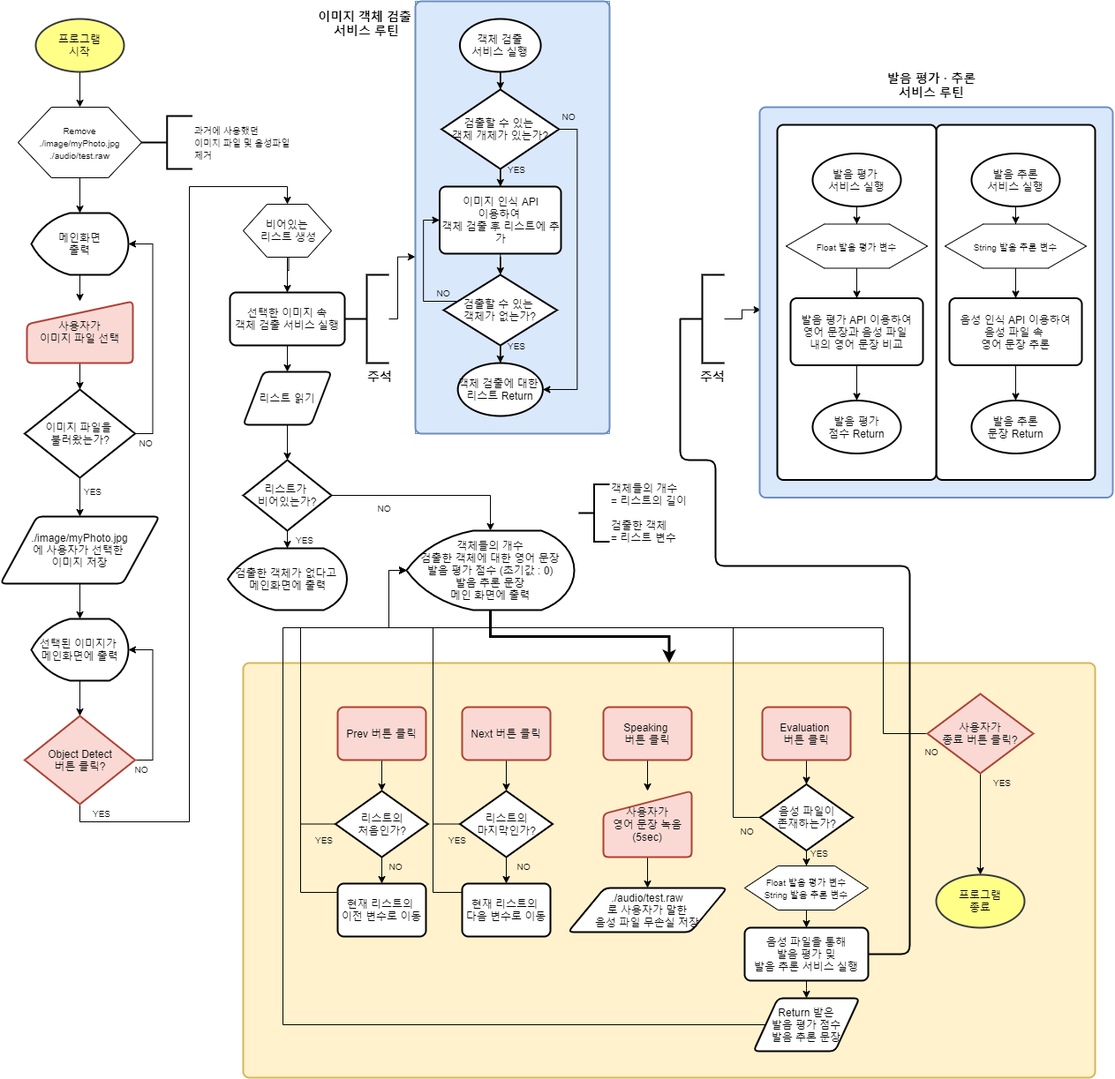
The draw.io diagram Chart/ETRI_FlowChart.png in jee00609/LearningEnglishWordsWithImages, before a commit. Source tidied: cells renumbered, new cells last; positions are measured from the earlier drawing's top-left corner, leaving out a move shared by most shapes.
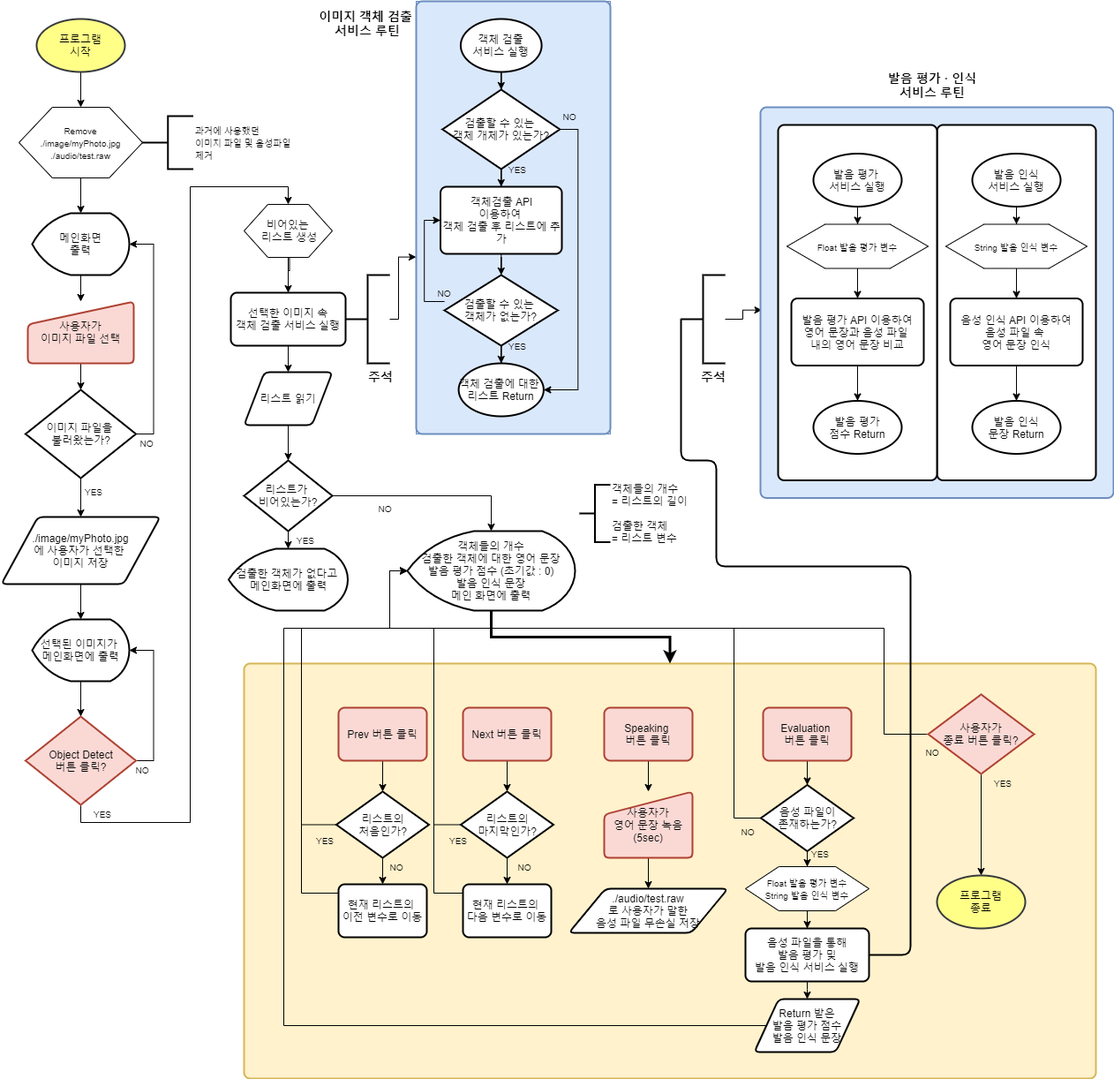
The same file after the commit.

Change to the diagram source:
```diff
@@ -106,7 +106,7 @@
     <mxCell id="31" style="rounded=1;whiteSpace=wrap;html=1;absoluteArcSize=1;arcSize=14;strokeWidth=2;fillColor=#dae8fc;strokeColor=#6c8ebf;" parent="30" vertex="1">
       <mxGeometry width="220" height="490" as="geometry" />
     </mxCell>
-    <mxCell id="32" value="이미지 인식 API&lt;br&gt;이용하여 &lt;br&gt;객체 검출 후 리스트에 추가" style="rounded=1;whiteSpace=wrap;html=1;absoluteArcSize=1;arcSize=14;strokeWidth=2;" parent="30" vertex="1">
+    <mxCell id="32" value="객체검출 API&lt;br&gt;이용하여 &lt;br&gt;객체 검출 후 리스트에 추가" style="rounded=1;whiteSpace=wrap;html=1;absoluteArcSize=1;arcSize=14;strokeWidth=2;" parent="30" vertex="1">
       <mxGeometry x="27.5" y="210" width="137.5" height="76" as="geometry" />
     </mxCell>
     <mxCell id="33" style="edgeStyle=orthogonalEdgeStyle;rounded=0;jettySize=auto;html=1;" parent="30" edge="1" source="34" target="32">
@@ -198,7 +198,7 @@
     <mxCell id="58" style="edgeStyle=orthogonalEdgeStyle;rounded=0;jettySize=auto;html=1;strokeWidth=3;" parent="1" edge="1" source="59" target="2">
       <mxGeometry relative="1" as="geometry" />
     </mxCell>
-    <mxCell id="59" value="객체들의 개수&lt;br&gt;검출한 객체에 대한 영어 문장&lt;br&gt;발음 평가 점수 (초기값 : 0)&lt;br&gt;발음 추론 문장&lt;br&gt;메인 화면에 출력" style="strokeWidth=2;html=1;shape=mxgraph.flowchart.display;whiteSpace=wrap;" parent="1" vertex="1">
+    <mxCell id="59" value="객체들의 개수&lt;br&gt;검출한 객체에 대한 영어 문장&lt;br&gt;발음 평가 점수 (초기값 : 0)&lt;br&gt;발음 인식 문장&lt;br&gt;메인 화면에 출력" style="strokeWidth=2;html=1;shape=mxgraph.flowchart.display;whiteSpace=wrap;" parent="1" vertex="1">
       <mxGeometry x="460" y="600" width="190" height="90" as="geometry" />
     </mxCell>
     <mxCell id="60" style="edgeStyle=orthogonalEdgeStyle;rounded=0;jettySize=auto;html=1;" parent="1" edge="1" source="61" target="70">
@@ -338,7 +338,7 @@
         </Array>
       </mxGeometry>
     </mxCell>
-    <mxCell id="91" value="Return 받은&lt;br&gt;발음 평가 점수&lt;br&gt;발음 추론 문장&lt;br&gt;" style="shape=parallelogram;html=1;strokeWidth=2;perimeter=parallelogramPerimeter;whiteSpace=wrap;rounded=1;arcSize=12;size=0.23;" parent="1" vertex="1">
+    <mxCell id="91" value="Return 받은&lt;br&gt;발음 평가 점수&lt;br&gt;발음 인식 문장" style="shape=parallelogram;html=1;strokeWidth=2;perimeter=parallelogramPerimeter;whiteSpace=wrap;rounded=1;arcSize=12;size=0.23;" parent="1" vertex="1">
       <mxGeometry x="853" y="1130" width="120" height="60" as="geometry" />
     </mxCell>
     <mxCell id="92" style="edgeStyle=orthogonalEdgeStyle;rounded=0;jettySize=auto;html=1;entryX=0.5;entryY=0;entryDx=0;entryDy=0;strokeColor=#000000;" parent="1" edge="1" source="93" target="91">
@@ -349,7 +349,7 @@
         </Array>
       </mxGeometry>
     </mxCell>
-    <mxCell id="93" value="음성 파일을 통해&lt;br&gt;발음 평가 및&lt;br&gt;발음 추론 서비스 실행" style="rounded=1;whiteSpace=wrap;html=1;absoluteArcSize=1;arcSize=14;strokeWidth=2;" parent="1" vertex="1">
+    <mxCell id="93" value="음성 파일을 통해&lt;br&gt;발음 평가 및&lt;br&gt;발음 인식 서비스 실행" style="rounded=1;whiteSpace=wrap;html=1;absoluteArcSize=1;arcSize=14;strokeWidth=2;" parent="1" vertex="1">
       <mxGeometry x="843" y="1050" width="140" height="60" as="geometry" />
     </mxCell>
     <mxCell id="94" style="group;" parent="1" vertex="1">
@@ -358,7 +358,7 @@
     <mxCell id="95" style="verticalLabelPosition=bottom;verticalAlign=top;html=1;shape=hexagon;perimeter=hexagonPerimeter2;arcSize=6;size=0.27;" parent="94" vertex="1">
       <mxGeometry width="140" height="50" as="geometry" />
     </mxCell>
-    <mxCell id="96" value="&lt;font size=&quot;1&quot;&gt;Float 발음 평가 변수&lt;br&gt;String 발음 추론 변수&lt;br&gt;&lt;/font&gt;" style="text;html=1;strokeColor=none;fillColor=none;align=center;verticalAlign=middle;whiteSpace=wrap;rounded=0;" parent="94" vertex="1">
+    <mxCell id="96" value="&lt;font size=&quot;1&quot;&gt;Float 발음 평가 변수&lt;br&gt;String 발음 인식 변수&lt;br&gt;&lt;/font&gt;" style="text;html=1;strokeColor=none;fillColor=none;align=center;verticalAlign=middle;whiteSpace=wrap;rounded=0;" parent="94" vertex="1">
       <mxGeometry y="5" width="140" height="40" as="geometry" />
     </mxCell>
     <mxCell id="97" style="edgeStyle=orthogonalEdgeStyle;rounded=0;jettySize=auto;html=1;strokeColor=#000000;" parent="1" edge="1" source="95" target="93">
@@ -403,10 +403,10 @@
     <mxCell id="110" style="edgeStyle=orthogonalEdgeStyle;rounded=0;jettySize=auto;html=1;entryX=0.5;entryY=0;entryDx=0;entryDy=0;strokeColor=#000000;" parent="101" edge="1" source="105" target="108">
       <mxGeometry relative="1" as="geometry" />
     </mxCell>
-    <mxCell id="111" value="음성 인식 API 이용하여&lt;br&gt;음성 파일 속&amp;nbsp;&lt;br&gt;영어 문장 추론" style="rounded=1;whiteSpace=wrap;html=1;absoluteArcSize=1;arcSize=14;strokeWidth=2;" parent="101" vertex="1">
+    <mxCell id="111" value="음성 인식 API 이용하여&lt;br&gt;음성 파일 속&amp;nbsp;&lt;br&gt;영어 문장 인식" style="rounded=1;whiteSpace=wrap;html=1;absoluteArcSize=1;arcSize=14;strokeWidth=2;" parent="101" vertex="1">
       <mxGeometry x="195" y="184" width="150" height="76" as="geometry" />
     </mxCell>
-    <mxCell id="112" value="발음 추론&lt;br&gt;서비스 실행" style="strokeWidth=2;html=1;shape=mxgraph.flowchart.start_1;whiteSpace=wrap;" parent="101" vertex="1">
+    <mxCell id="112" value="발음 인식&lt;br&gt;서비스 실행" style="strokeWidth=2;html=1;shape=mxgraph.flowchart.start_1;whiteSpace=wrap;" parent="101" vertex="1">
       <mxGeometry x="220" y="20" width="100" height="60" as="geometry" />
     </mxCell>
     <mxCell id="113" style="group;" parent="101" vertex="1">
@@ -415,7 +415,7 @@
     <mxCell id="114" style="verticalLabelPosition=bottom;verticalAlign=top;html=1;shape=hexagon;perimeter=hexagonPerimeter2;arcSize=6;size=0.27;" parent="113" vertex="1">
       <mxGeometry width="160" height="50" as="geometry" />
     </mxCell>
-    <mxCell id="115" value="&lt;font size=&quot;1&quot;&gt;String 발음 추론 변수&lt;br&gt;&lt;/font&gt;" style="text;html=1;strokeColor=none;fillColor=none;align=center;verticalAlign=middle;whiteSpace=wrap;rounded=0;" parent="113" vertex="1">
+    <mxCell id="115" value="&lt;font size=&quot;1&quot;&gt;String 발음 인식 변수&lt;br&gt;&lt;/font&gt;" style="text;html=1;strokeColor=none;fillColor=none;align=center;verticalAlign=middle;whiteSpace=wrap;rounded=0;" parent="113" vertex="1">
       <mxGeometry y="5" width="160" height="40" as="geometry" />
     </mxCell>
     <mxCell id="116" style="edgeStyle=orthogonalEdgeStyle;rounded=0;jettySize=auto;html=1;entryX=0.5;entryY=0;entryDx=0;entryDy=0;strokeColor=#000000;" parent="101" edge="1" source="112" target="114">
@@ -424,7 +424,7 @@
     <mxCell id="117" value="발음 평가&lt;br&gt;점수 Return" style="strokeWidth=2;html=1;shape=mxgraph.flowchart.start_1;whiteSpace=wrap;" parent="101" vertex="1">
       <mxGeometry x="40" y="300" width="100" height="60" as="geometry" />
     </mxCell>
-    <mxCell id="118" value="발음 추론&lt;br&gt;문장 Return" style="strokeWidth=2;html=1;shape=mxgraph.flowchart.start_1;whiteSpace=wrap;" parent="101" vertex="1">
+    <mxCell id="118" value="발음 인식&lt;br&gt;문장 Return" style="strokeWidth=2;html=1;shape=mxgraph.flowchart.start_1;whiteSpace=wrap;" parent="101" vertex="1">
       <mxGeometry x="220" y="300" width="100" height="60" as="geometry" />
     </mxCell>
     <mxCell id="119" style="edgeStyle=orthogonalEdgeStyle;rounded=0;jettySize=auto;html=1;strokeColor=#000000;" parent="101" edge="1" source="106" target="117">
@@ -442,7 +442,7 @@
     <mxCell id="123" value="&lt;b&gt;&lt;font style=&quot;font-size: 14px&quot;&gt;이미지 객체 검출 &lt;br&gt;서비스 루틴&lt;/font&gt;&lt;/b&gt;" style="text;html=1;strokeColor=none;fillColor=none;align=center;verticalAlign=middle;whiteSpace=wrap;rounded=0;" parent="1" vertex="1">
       <mxGeometry x="330" y="10" width="170" height="30" as="geometry" />
     </mxCell>
-    <mxCell id="124" value="&lt;b&gt;&lt;font style=&quot;font-size: 14px&quot;&gt;발음 평가&amp;nbsp;&lt;/font&gt;&lt;span style=&quot;color: rgb(77 , 81 , 86) ; font-family: &amp;#34;apple sd gothic neo&amp;#34; , &amp;#34;arial&amp;#34; , sans-serif ; font-size: 14px ; text-align: left ; background-color: rgb(255 , 255 , 255)&quot;&gt;·&amp;nbsp;&lt;/span&gt;&lt;font style=&quot;font-size: 14px&quot;&gt;추론&lt;br&gt;서비스 루틴&lt;/font&gt;&lt;/b&gt;" style="text;html=1;strokeColor=none;fillColor=none;align=center;verticalAlign=middle;whiteSpace=wrap;rounded=0;" parent="1" vertex="1">
+    <mxCell id="124" value="&lt;b&gt;&lt;font style=&quot;font-size: 14px&quot;&gt;발음 평가&amp;nbsp;&lt;/font&gt;&lt;span style=&quot;color: rgb(77 , 81 , 86) ; font-family: &amp;#34;apple sd gothic neo&amp;#34; , &amp;#34;arial&amp;#34; , sans-serif ; font-size: 14px ; text-align: left ; background-color: rgb(255 , 255 , 255)&quot;&gt;·&amp;nbsp;&lt;/span&gt;&lt;font style=&quot;font-size: 14px&quot;&gt;인식&lt;br&gt;서비스 루틴&lt;/font&gt;&lt;/b&gt;" style="text;html=1;strokeColor=none;fillColor=none;align=center;verticalAlign=middle;whiteSpace=wrap;rounded=0;" parent="1" vertex="1">
       <mxGeometry x="970" y="80" width="170" height="30" as="geometry" />
     </mxCell>
     <mxCell id="125" value="&lt;font size=&quot;1&quot;&gt;YES&lt;br&gt;&lt;/font&gt;" style="text;html=1;strokeColor=none;fillColor=none;align=center;verticalAlign=middle;whiteSpace=wrap;rounded=0;" parent="1" vertex="1">
```
